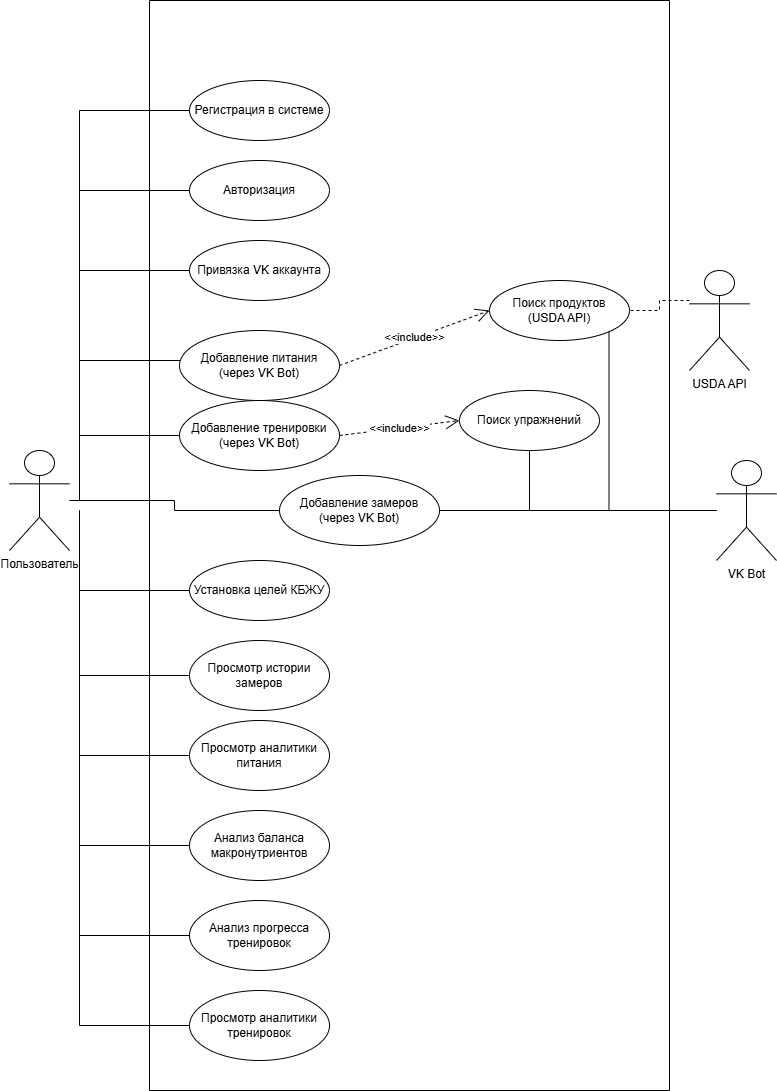
The draw.io diagram plans/диаграмма использования.png in Kirillica228/FitProgress, before a commit. Source tidied: cells renumbered, new cells last; positions are measured from the earlier drawing's top-left corner, leaving out a move shared by most shapes. Source of this version:
```xml
<mxGraphModel>
  <root>
    <mxCell id="0" />
    <mxCell id="1" parent="0" />
    <mxCell id="2" style="swimlane;whiteSpace=wrap;html=1;startSize=0;fontSize=14;fontStyle=1;" parent="1" vertex="1">
      <mxGeometry x="140" width="520" height="1090" as="geometry" />
    </mxCell>
    <mxCell id="3" value="Регистрация в системе" style="ellipse;whiteSpace=wrap;html=1;" parent="2" vertex="1">
      <mxGeometry x="40" y="80" width="140" height="60" as="geometry" />
    </mxCell>
    <mxCell id="4" value="Авторизация" style="ellipse;whiteSpace=wrap;html=1;" parent="2" vertex="1">
      <mxGeometry x="40" y="160" width="140" height="60" as="geometry" />
    </mxCell>
    <mxCell id="5" value="Привязка VK аккаунта" style="ellipse;whiteSpace=wrap;html=1;" parent="2" vertex="1">
      <mxGeometry x="40" y="240" width="140" height="60" as="geometry" />
    </mxCell>
    <mxCell id="6" style="edgeStyle=orthogonalEdgeStyle;rounded=0;jettySize=auto;html=1;exitX=0;exitY=0.5;exitDx=0;exitDy=0;endArrow=none;endFill=0;" parent="2" edge="1" source="7">
      <mxGeometry relative="1" as="geometry">
        <mxPoint x="-70" y="510" as="targetPoint" />
      </mxGeometry>
    </mxCell>
    <mxCell id="7" value="Установка целей КБЖУ" style="ellipse;whiteSpace=wrap;html=1;" parent="2" vertex="1">
      <mxGeometry x="40" y="560" width="140" height="60" as="geometry" />
    </mxCell>
    <mxCell id="8" value="Добавление тренировки&lt;br&gt;(через VK Bot)" style="ellipse;whiteSpace=wrap;html=1;" parent="2" vertex="1">
      <mxGeometry x="30" y="400" width="160" height="70" as="geometry" />
    </mxCell>
    <mxCell id="9" style="edgeStyle=orthogonalEdgeStyle;rounded=0;jettySize=auto;html=1;endArrow=none;endFill=0;" parent="2" edge="1" source="10">
      <mxGeometry relative="1" as="geometry">
        <mxPoint x="-70" y="930" as="targetPoint" />
      </mxGeometry>
    </mxCell>
    <mxCell id="10" value="Просмотр аналитики&lt;br&gt;тренировок" style="ellipse;whiteSpace=wrap;html=1;" parent="2" vertex="1">
      <mxGeometry x="40" y="990" width="140" height="70" as="geometry" />
    </mxCell>
    <mxCell id="11" style="edgeStyle=orthogonalEdgeStyle;rounded=0;jettySize=auto;html=1;exitX=0;exitY=0.5;exitDx=0;exitDy=0;endArrow=none;endFill=0;" parent="2" edge="1" source="12">
      <mxGeometry relative="1" as="geometry">
        <mxPoint x="-70" y="830" as="targetPoint" />
      </mxGeometry>
    </mxCell>
    <mxCell id="12" value="Анализ прогресса&lt;br&gt;тренировок" style="ellipse;whiteSpace=wrap;html=1;" parent="2" vertex="1">
      <mxGeometry x="40" y="900" width="140" height="70" as="geometry" />
    </mxCell>
    <mxCell id="13" value="Добавление питания&lt;br&gt;(через VK Bot)" style="ellipse;whiteSpace=wrap;html=1;" parent="2" vertex="1">
      <mxGeometry x="30" y="330" width="160" height="70" as="geometry" />
    </mxCell>
    <mxCell id="14" style="edgeStyle=orthogonalEdgeStyle;rounded=0;jettySize=auto;html=1;exitX=0;exitY=0.5;exitDx=0;exitDy=0;endArrow=none;endFill=0;" parent="2" edge="1" source="15">
      <mxGeometry relative="1" as="geometry">
        <mxPoint x="-70" y="670" as="targetPoint" />
      </mxGeometry>
    </mxCell>
    <mxCell id="15" value="Просмотр аналитики&lt;br&gt;питания" style="ellipse;whiteSpace=wrap;html=1;" parent="2" vertex="1">
      <mxGeometry x="40" y="720" width="140" height="70" as="geometry" />
    </mxCell>
    <mxCell id="16" style="edgeStyle=orthogonalEdgeStyle;rounded=0;jettySize=auto;html=1;exitX=0;exitY=0.5;exitDx=0;exitDy=0;endArrow=none;endFill=0;" parent="2" edge="1" source="17">
      <mxGeometry relative="1" as="geometry">
        <mxPoint x="-70" y="750" as="targetPoint" />
      </mxGeometry>
    </mxCell>
    <mxCell id="17" value="Анализ баланса&lt;br&gt;макронутриентов" style="ellipse;whiteSpace=wrap;html=1;" parent="2" vertex="1">
      <mxGeometry x="40" y="810" width="140" height="70" as="geometry" />
    </mxCell>
    <mxCell id="18" value="Добавление замеров&lt;br&gt;(через VK Bot)" style="ellipse;whiteSpace=wrap;html=1;" parent="2" vertex="1">
      <mxGeometry x="130" y="475" width="160" height="70" as="geometry" />
    </mxCell>
    <mxCell id="19" style="edgeStyle=orthogonalEdgeStyle;rounded=0;jettySize=auto;html=1;exitX=0;exitY=0.5;exitDx=0;exitDy=0;endArrow=none;endFill=0;" parent="2" edge="1" source="20">
      <mxGeometry relative="1" as="geometry">
        <mxPoint x="-70" y="510" as="targetPoint" />
      </mxGeometry>
    </mxCell>
    <mxCell id="20" value="Просмотр истории&lt;br&gt;замеров" style="ellipse;whiteSpace=wrap;html=1;" parent="2" vertex="1">
      <mxGeometry x="40" y="640" width="140" height="70" as="geometry" />
    </mxCell>
    <mxCell id="21" value="Поиск упражнений" style="ellipse;whiteSpace=wrap;html=1;" parent="2" vertex="1">
      <mxGeometry x="310" y="390" width="140" height="60" as="geometry" />
    </mxCell>
    <mxCell id="22" value="Поиск продуктов&lt;br&gt;(USDA API)" style="ellipse;whiteSpace=wrap;html=1;" parent="2" vertex="1">
      <mxGeometry x="340" y="280" width="140" height="60" as="geometry" />
    </mxCell>
    <mxCell id="23" style="edgeStyle=orthogonalEdgeStyle;rounded=0;jettySize=auto;html=1;entryX=0;entryY=0.5;entryDx=0;entryDy=0;endArrow=none;endFill=0;" parent="1" edge="1" source="24" target="18">
      <mxGeometry relative="1" as="geometry" />
    </mxCell>
    <mxCell id="24" value="Пользователь" style="shape=umlActor;verticalLabelPosition=bottom;verticalAlign=top;html=1;outlineConnect=0;" parent="1" vertex="1">
      <mxGeometry y="450" width="60" height="100" as="geometry" />
    </mxCell>
    <mxCell id="25" style="edgeStyle=orthogonalEdgeStyle;rounded=0;jettySize=auto;html=1;entryX=1;entryY=1;entryDx=0;entryDy=0;endArrow=none;endFill=0;" parent="1" edge="1" source="26" target="22">
      <mxGeometry relative="1" as="geometry">
        <Array as="points">
          <mxPoint x="600" y="510" />
        </Array>
      </mxGeometry>
    </mxCell>
    <mxCell id="26" value="VK Bot" style="shape=umlActor;verticalLabelPosition=bottom;verticalAlign=top;html=1;outlineConnect=0;" parent="1" vertex="1">
      <mxGeometry x="707" y="460" width="60" height="100" as="geometry" />
    </mxCell>
    <mxCell id="27" value="USDA API" style="shape=umlActor;verticalLabelPosition=bottom;verticalAlign=top;html=1;outlineConnect=0;" parent="1" vertex="1">
      <mxGeometry x="680" y="270" width="60" height="100" as="geometry" />
    </mxCell>
    <mxCell id="28" style="endArrow=none;html=1;exitX=0;exitY=0.3;exitDx=0;exitDy=0;entryX=1;entryY=0.5;entryDx=0;entryDy=0;dashed=1;edgeStyle=orthogonalEdgeStyle;rounded=0;curved=0;" parent="1" edge="1" source="27" target="22">
      <mxGeometry relative="1" as="geometry" />
    </mxCell>
    <mxCell id="29" value="&amp;lt;&amp;lt;include&amp;gt;&amp;gt;" style="endArrow=open;endSize=12;dashed=1;html=1;exitX=1;exitY=0.5;exitDx=0;exitDy=0;entryX=0;entryY=0.5;entryDx=0;entryDy=0;" parent="1" edge="1" source="8" target="21">
      <mxGeometry relative="1" as="geometry" />
    </mxCell>
    <mxCell id="30" value="&amp;lt;&amp;lt;include&amp;gt;&amp;gt;" style="endArrow=open;endSize=12;dashed=1;html=1;exitX=1;exitY=0.5;exitDx=0;exitDy=0;entryX=0;entryY=0.5;entryDx=0;entryDy=0;" parent="1" edge="1" source="13" target="22">
      <mxGeometry relative="1" as="geometry" />
    </mxCell>
    <mxCell id="31" style="edgeStyle=orthogonalEdgeStyle;rounded=0;jettySize=auto;html=1;endArrow=none;endFill=0;" parent="1" edge="1" source="13" target="24">
      <mxGeometry relative="1" as="geometry">
        <Array as="points">
          <mxPoint x="70" y="360" />
          <mxPoint x="70" y="500" />
        </Array>
      </mxGeometry>
    </mxCell>
    <mxCell id="32" style="edgeStyle=orthogonalEdgeStyle;rounded=0;jettySize=auto;html=1;endArrow=none;endFill=0;exitX=0;exitY=0.5;exitDx=0;exitDy=0;" parent="1" edge="1" source="8">
      <mxGeometry relative="1" as="geometry">
        <mxPoint x="70" y="500" as="targetPoint" />
      </mxGeometry>
    </mxCell>
    <mxCell id="33" style="edgeStyle=orthogonalEdgeStyle;rounded=0;jettySize=auto;html=1;endArrow=none;endFill=0;exitX=0;exitY=0.5;exitDx=0;exitDy=0;" parent="1" edge="1" source="5">
      <mxGeometry relative="1" as="geometry">
        <mxPoint x="70" y="500" as="targetPoint" />
      </mxGeometry>
    </mxCell>
    <mxCell id="34" style="edgeStyle=orthogonalEdgeStyle;rounded=0;jettySize=auto;html=1;endArrow=none;endFill=0;exitX=0;exitY=0.5;exitDx=0;exitDy=0;" parent="1" edge="1" source="4">
      <mxGeometry relative="1" as="geometry">
        <mxPoint x="70" y="500" as="targetPoint" />
      </mxGeometry>
    </mxCell>
    <mxCell id="35" style="edgeStyle=orthogonalEdgeStyle;rounded=0;jettySize=auto;html=1;endArrow=none;endFill=0;exitX=0;exitY=0.5;exitDx=0;exitDy=0;" parent="1" edge="1" source="3">
      <mxGeometry relative="1" as="geometry">
        <mxPoint x="70" y="500" as="targetPoint" />
      </mxGeometry>
    </mxCell>
    <mxCell id="36" style="edgeStyle=orthogonalEdgeStyle;rounded=0;jettySize=auto;html=1;endArrow=none;endFill=0;" parent="1" edge="1" source="21" target="26">
      <mxGeometry relative="1" as="geometry">
        <Array as="points">
          <mxPoint x="520" y="510" />
        </Array>
      </mxGeometry>
    </mxCell>
    <mxCell id="37" style="edgeStyle=orthogonalEdgeStyle;rounded=0;jettySize=auto;html=1;endArrow=none;endFill=0;" parent="1" edge="1" source="18" target="26">
      <mxGeometry relative="1" as="geometry" />
    </mxCell>
  </root>
</mxGraphModel>
```
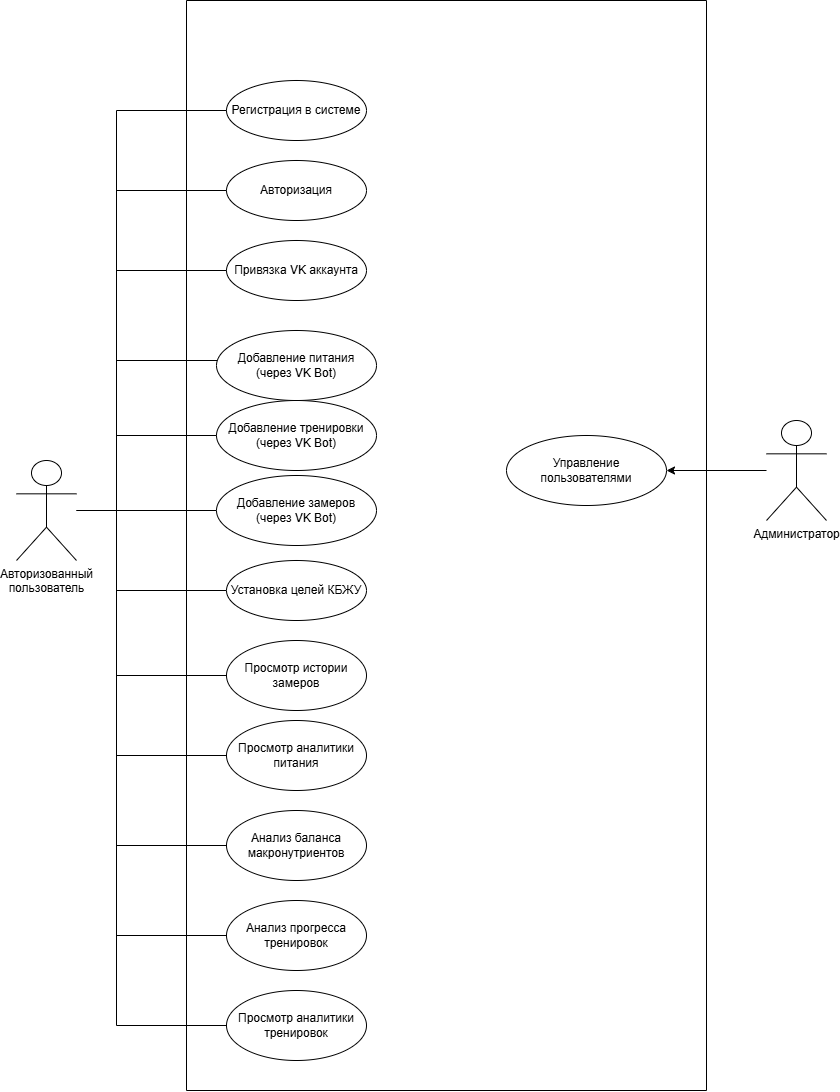
Above is the later version.

Change to the diagram source:
```diff
@@ -60,9 +60,6 @@
     <mxCell id="17" value="Анализ баланса&lt;br&gt;макронутриентов" style="ellipse;whiteSpace=wrap;html=1;" parent="2" vertex="1">
       <mxGeometry x="40" y="810" width="140" height="70" as="geometry" />
     </mxCell>
-    <mxCell id="18" value="Добавление замеров&lt;br&gt;(через VK Bot)" style="ellipse;whiteSpace=wrap;html=1;" parent="2" vertex="1">
-      <mxGeometry x="130" y="475" width="160" height="70" as="geometry" />
-    </mxCell>
     <mxCell id="19" style="edgeStyle=orthogonalEdgeStyle;rounded=0;jettySize=auto;html=1;exitX=0;exitY=0.5;exitDx=0;exitDy=0;endArrow=none;endFill=0;" parent="2" edge="1" source="20">
       <mxGeometry relative="1" as="geometry">
         <mxPoint x="-70" y="510" as="targetPoint" />
@@ -71,45 +68,20 @@
     <mxCell id="20" value="Просмотр истории&lt;br&gt;замеров" style="ellipse;whiteSpace=wrap;html=1;" parent="2" vertex="1">
       <mxGeometry x="40" y="640" width="140" height="70" as="geometry" />
     </mxCell>
-    <mxCell id="21" value="Поиск упражнений" style="ellipse;whiteSpace=wrap;html=1;" parent="2" vertex="1">
-      <mxGeometry x="310" y="390" width="140" height="60" as="geometry" />
-    </mxCell>
-    <mxCell id="22" value="Поиск продуктов&lt;br&gt;(USDA API)" style="ellipse;whiteSpace=wrap;html=1;" parent="2" vertex="1">
-      <mxGeometry x="340" y="280" width="140" height="60" as="geometry" />
-    </mxCell>
+    <mxCell id="38" value="Управление пользователями" style="ellipse;whiteSpace=wrap;html=1;" parent="2" vertex="1">
+      <mxGeometry x="320" y="435" width="160" height="70" as="geometry" />
+    </mxCell>
     <mxCell id="23" style="edgeStyle=orthogonalEdgeStyle;rounded=0;jettySize=auto;html=1;entryX=0;entryY=0.5;entryDx=0;entryDy=0;endArrow=none;endFill=0;" parent="1" edge="1" source="24" target="18">
       <mxGeometry relative="1" as="geometry" />
     </mxCell>
-    <mxCell id="24" value="Пользователь" style="shape=umlActor;verticalLabelPosition=bottom;verticalAlign=top;html=1;outlineConnect=0;" parent="1" vertex="1">
-      <mxGeometry y="450" width="60" height="100" as="geometry" />
+    <mxCell id="24" value="Авторизованный&lt;div&gt;пользователь&lt;/div&gt;" style="shape=umlActor;verticalLabelPosition=bottom;verticalAlign=top;html=1;outlineConnect=0;" parent="1" vertex="1">
+      <mxGeometry x="-30" y="460" width="60" height="100" as="geometry" />
     </mxCell>
-    <mxCell id="25" style="edgeStyle=orthogonalEdgeStyle;rounded=0;jettySize=auto;html=1;entryX=1;entryY=1;entryDx=0;entryDy=0;endArrow=none;endFill=0;" parent="1" edge="1" source="26" target="22">
-      <mxGeometry relative="1" as="geometry">
-        <Array as="points">
-          <mxPoint x="600" y="510" />
-        </Array>
-      </mxGeometry>
-    </mxCell>
-    <mxCell id="26" value="VK Bot" style="shape=umlActor;verticalLabelPosition=bottom;verticalAlign=top;html=1;outlineConnect=0;" parent="1" vertex="1">
-      <mxGeometry x="707" y="460" width="60" height="100" as="geometry" />
-    </mxCell>
-    <mxCell id="27" value="USDA API" style="shape=umlActor;verticalLabelPosition=bottom;verticalAlign=top;html=1;outlineConnect=0;" parent="1" vertex="1">
-      <mxGeometry x="680" y="270" width="60" height="100" as="geometry" />
-    </mxCell>
-    <mxCell id="28" style="endArrow=none;html=1;exitX=0;exitY=0.3;exitDx=0;exitDy=0;entryX=1;entryY=0.5;entryDx=0;entryDy=0;dashed=1;edgeStyle=orthogonalEdgeStyle;rounded=0;curved=0;" parent="1" edge="1" source="27" target="22">
-      <mxGeometry relative="1" as="geometry" />
-    </mxCell>
-    <mxCell id="29" value="&amp;lt;&amp;lt;include&amp;gt;&amp;gt;" style="endArrow=open;endSize=12;dashed=1;html=1;exitX=1;exitY=0.5;exitDx=0;exitDy=0;entryX=0;entryY=0.5;entryDx=0;entryDy=0;" parent="1" edge="1" source="8" target="21">
-      <mxGeometry relative="1" as="geometry" />
-    </mxCell>
-    <mxCell id="30" value="&amp;lt;&amp;lt;include&amp;gt;&amp;gt;" style="endArrow=open;endSize=12;dashed=1;html=1;exitX=1;exitY=0.5;exitDx=0;exitDy=0;entryX=0;entryY=0.5;entryDx=0;entryDy=0;" parent="1" edge="1" source="13" target="22">
-      <mxGeometry relative="1" as="geometry" />
-    </mxCell>
     <mxCell id="31" style="edgeStyle=orthogonalEdgeStyle;rounded=0;jettySize=auto;html=1;endArrow=none;endFill=0;" parent="1" edge="1" source="13" target="24">
       <mxGeometry relative="1" as="geometry">
         <Array as="points">
           <mxPoint x="70" y="360" />
-          <mxPoint x="70" y="500" />
+          <mxPoint x="70" y="510" />
         </Array>
       </mxGeometry>
     </mxCell>
@@ -133,15 +105,14 @@
         <mxPoint x="70" y="500" as="targetPoint" />
       </mxGeometry>
     </mxCell>
-    <mxCell id="36" style="edgeStyle=orthogonalEdgeStyle;rounded=0;jettySize=auto;html=1;endArrow=none;endFill=0;" parent="1" edge="1" source="21" target="26">
-      <mxGeometry relative="1" as="geometry">
-        <Array as="points">
-          <mxPoint x="520" y="510" />
-        </Array>
-      </mxGeometry>
-    </mxCell>
-    <mxCell id="37" style="edgeStyle=orthogonalEdgeStyle;rounded=0;jettySize=auto;html=1;endArrow=none;endFill=0;" parent="1" edge="1" source="18" target="26">
-      <mxGeometry relative="1" as="geometry" />
-    </mxCell>
+    <mxCell id="39" style="edgeStyle=orthogonalEdgeStyle;rounded=0;jettySize=auto;html=1;entryX=1;entryY=0.5;entryDx=0;entryDy=0;" parent="1" edge="1" source="40" target="38">
+      <mxGeometry relative="1" as="geometry" />
+    </mxCell>
+    <mxCell id="40" value="Администратор" style="shape=umlActor;verticalLabelPosition=bottom;verticalAlign=top;html=1;outlineConnect=0;" parent="1" vertex="1">
+      <mxGeometry x="720" y="420" width="60" height="100" as="geometry" />
+    </mxCell>
+    <mxCell id="18" value="Добавление замеров&lt;br&gt;(через VK Bot)" style="ellipse;whiteSpace=wrap;html=1;" parent="1" vertex="1">
+      <mxGeometry x="170" y="475" width="160" height="70" as="geometry" />
+    </mxCell>
   </root>
 </mxGraphModel>
```
